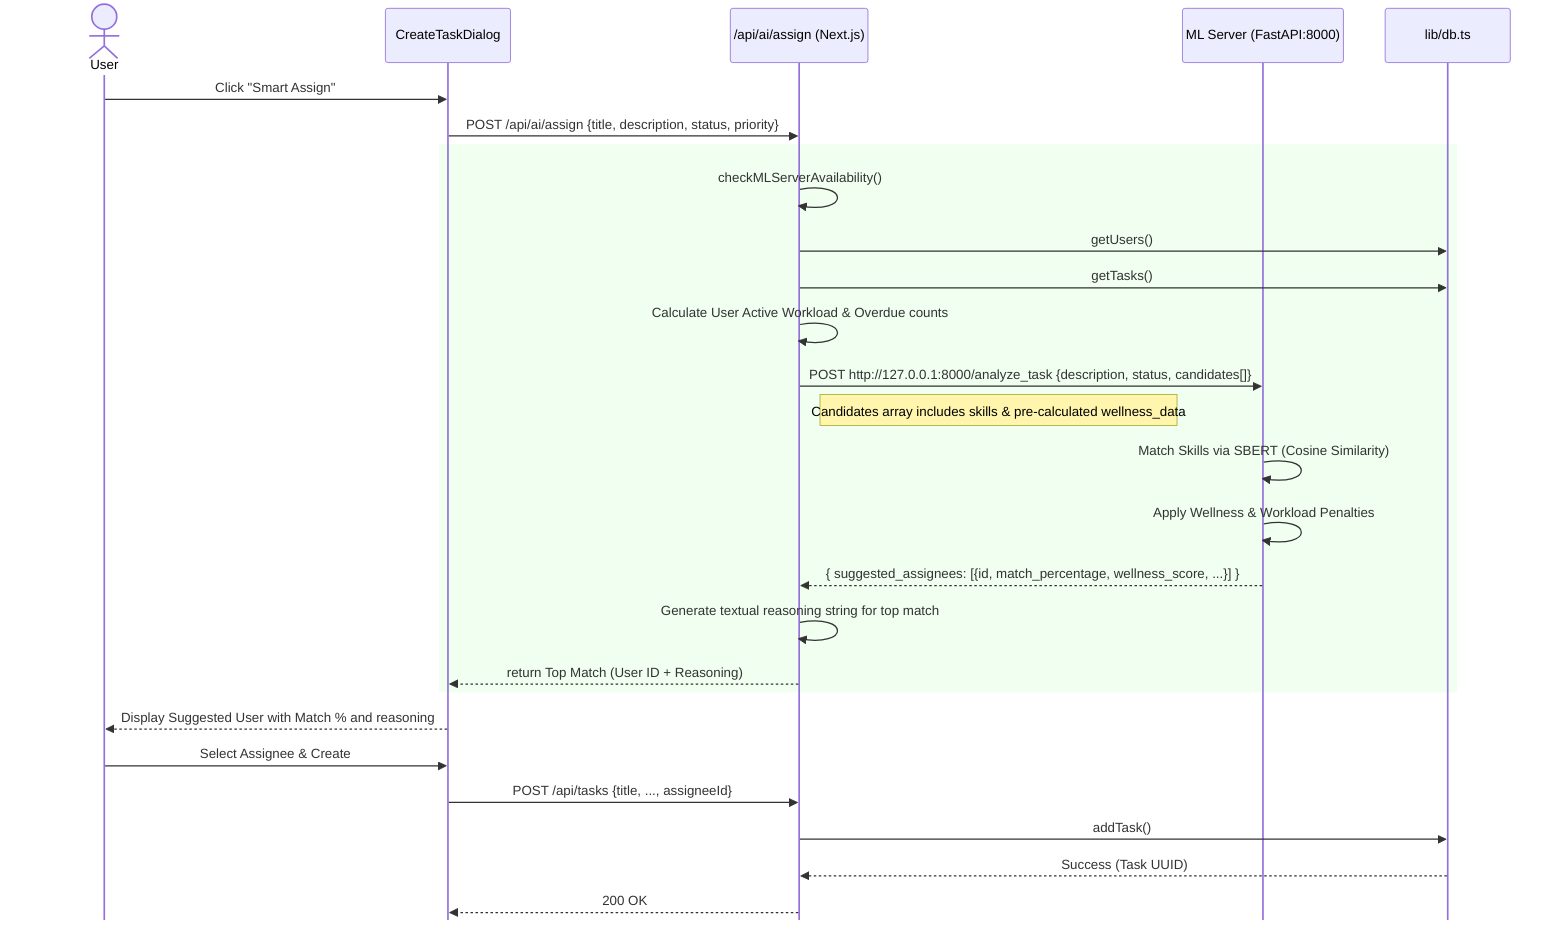
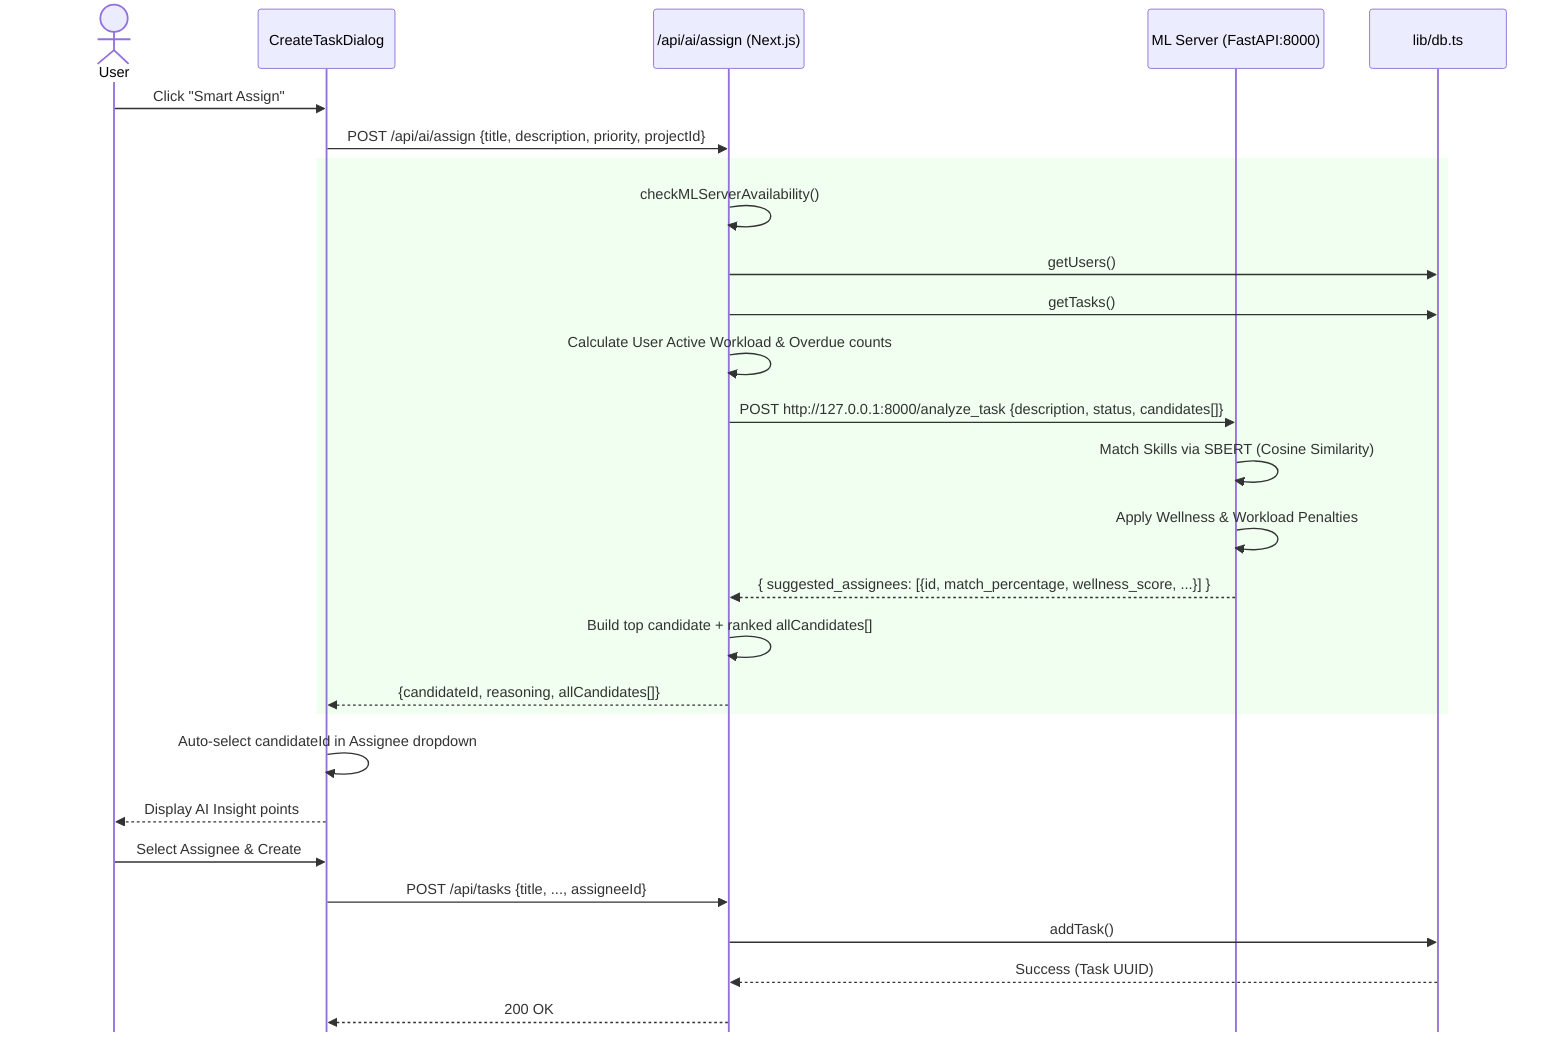
%%{init: {"sequence": {"mirrorActors": false}}}%%
sequenceDiagram
    actor User
    participant Dialog as CreateTaskDialog
    participant API as /api/ai/assign (Next.js)
    participant ML as ML Server (FastAPI:8000)
    participant DB as lib/db.ts

    User->>Dialog: Click "Smart Assign"
-     Dialog->>API: POST /api/ai/assign {title, description, status, priority}
+     Dialog->>API: POST /api/ai/assign {title, description, priority, projectId}

    rect rgb(240, 255, 240)
    API->>API: checkMLServerAvailability()
    API->>DB: getUsers()
    API->>DB: getTasks()
    API->>API: Calculate User Active Workload & Overdue counts

    API->>ML: POST http://127.0.0.1:8000/analyze_task {description, status, candidates[]}
-     Note right of API: Candidates array includes skills & pre-calculated wellness_data

    ML->>ML: Match Skills via SBERT (Cosine Similarity)
    ML->>ML: Apply Wellness & Workload Penalties
    ML-->>API: { suggested_assignees: [{id, match_percentage, wellness_score, ...}] }

-     API->>API: Generate textual reasoning string for top match
-     API-->>Dialog: return Top Match (User ID + Reasoning)
+     API->>API: Build top candidate + ranked allCandidates[]
+     API-->>Dialog: {candidateId, reasoning, allCandidates[]}
    end

-     Dialog-->>User: Display Suggested User with Match % and reasoning
+     Dialog->>Dialog: Auto-select candidateId in Assignee dropdown
+     Dialog-->>User: Display AI Insight points

    User->>Dialog: Select Assignee & Create
    Dialog->>API: POST /api/tasks {title, ..., assigneeId}
    API->>DB: addTask()
    DB-->>API: Success (Task UUID)
    API-->>Dialog: 200 OK
